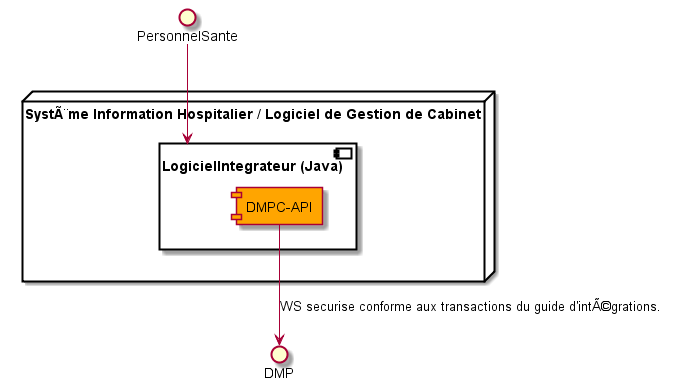
Above: plantuml/embeddedArchi.png in DEVCOOP/dmpc (PlantUML), before the change.
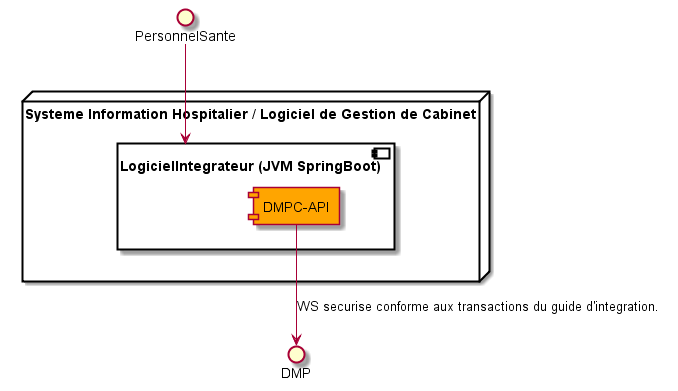
The same file after the commit.

Diff of the diagram source:
```diff
@@ -1,9 +1,9 @@
 @startuml
-node "Système Information Hospitalier / Logiciel de Gestion de Cabinet" {
-    component "LogicielIntegrateur (Java)" as LogicielSante  {
+node "Systeme Information Hospitalier / Logiciel de Gestion de Cabinet" {
+    component "LogicielIntegrateur (JVM SpringBoot)" as LogicielSante  {
         component "DMPC-API" as DMPC_API #orange
     }
  }
 PersonnelSante -r-> LogicielSante
-DMPC_API -r-> DMP : WS securise conforme aux transactions du guide d'intégrations.
+DMPC_API -r-> DMP : WS securise conforme aux transactions du guide d'integration.
 @enduml
```
